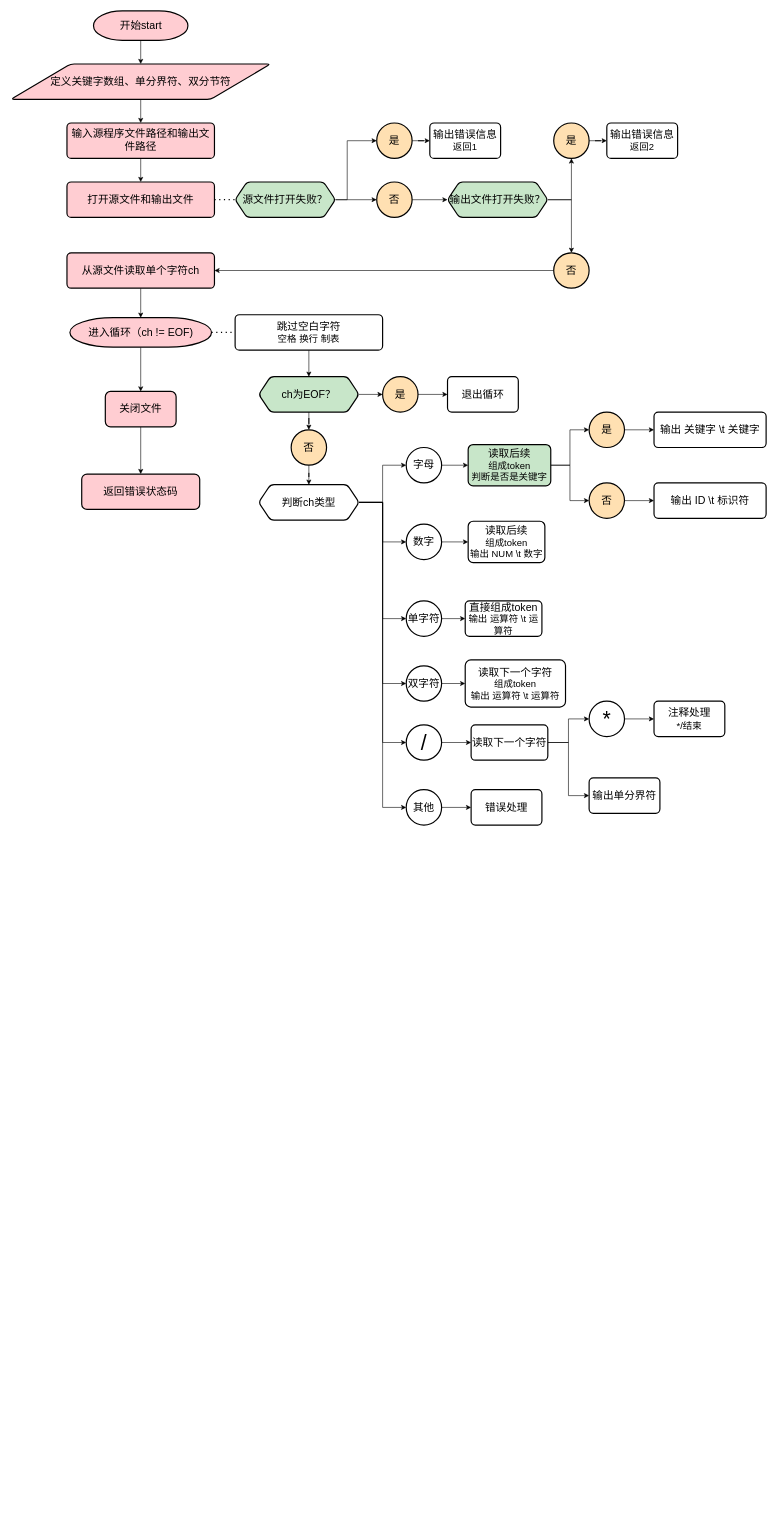
Before: 未命名绘图.drawio in zlr1227/draw.io-Transformer, a draw.io diagram. Source tidied: cells renumbered, new cells numbered last; positions are measured from the earlier drawing's top-left corner, leaving out a move shared by most shapes. Both pictures are drawn from the tidied source at 59%, with x=0, y=0 at pixel (11, 11).
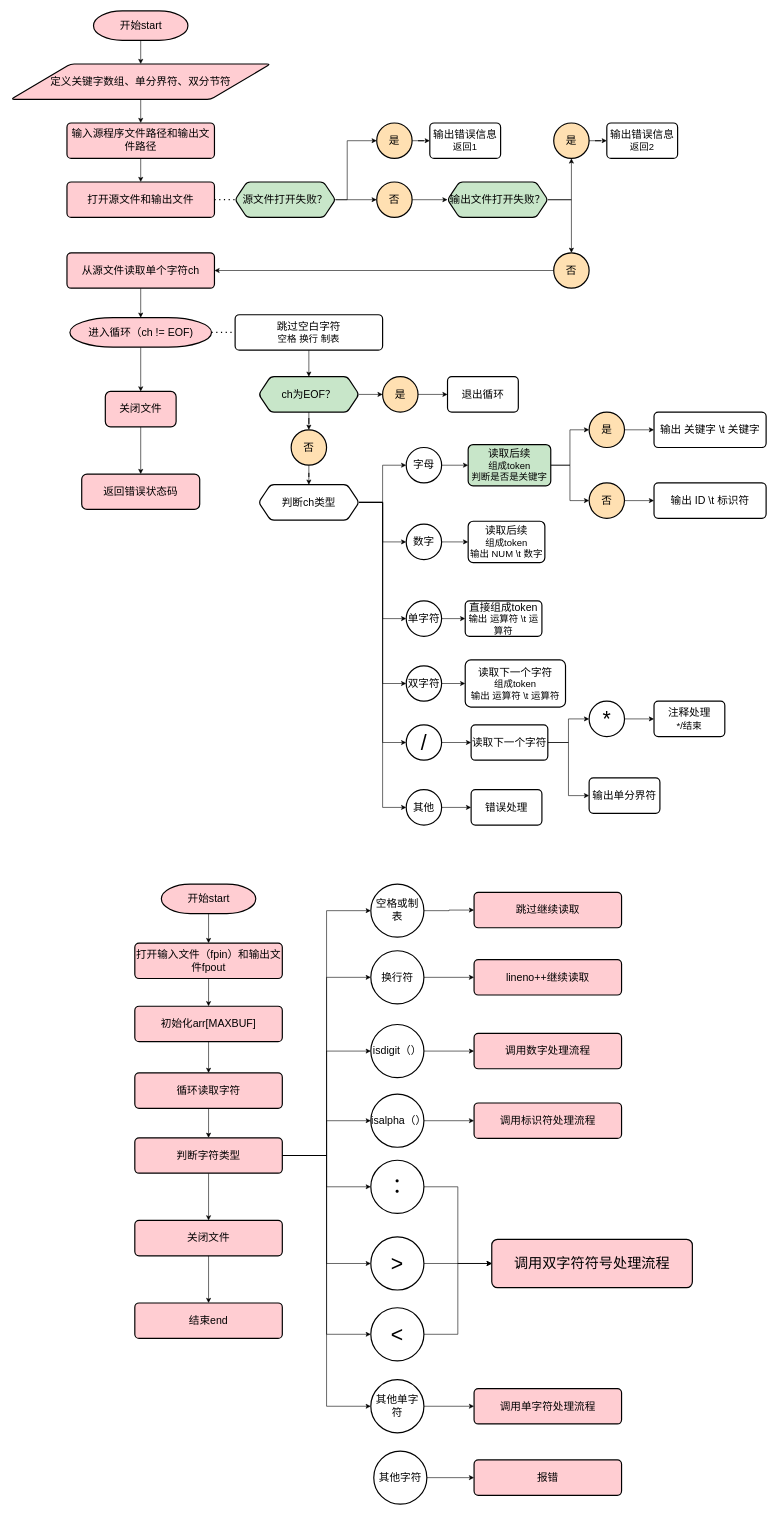
The same diagram, later.

Commit message:
更新未命名绘图.drawio

The edit, as a diff of the source:
```diff
@@
+    <mxCell id="83" style="edgeStyle=orthogonalEdgeStyle;rounded=0;jettySize=auto;html=1;" parent="1" edge="1" source="84" target="86">
+      <mxGeometry relative="1" as="geometry" />
+    </mxCell>
+    <mxCell id="84" value="&lt;font style=&quot;font-size: 18px;&quot;&gt;开始start&lt;/font&gt;" style="shape=mxgraph.flowchart.terminator;strokeWidth=2;gradientColor=none;gradientDirection=north;fontStyle=0;html=1;fillColor=#FFCDD2;" parent="1" vertex="1">
+      <mxGeometry x="255" y="1480" width="160" height="50" as="geometry" />
+    </mxCell>
+    <mxCell id="85" style="edgeStyle=orthogonalEdgeStyle;rounded=0;jettySize=auto;html=1;" parent="1" edge="1" source="86" target="88">
+      <mxGeometry relative="1" as="geometry" />
+    </mxCell>
+    <mxCell id="86" value="&lt;font style=&quot;font-size: 18px;&quot;&gt;打开输入文件（fpin）和输出文件fpout&lt;/font&gt;" style="fillColor=#FFCDD2;whiteSpace=wrap;html=1;strokeWidth=2;rounded=1;arcSize=12;" parent="1" vertex="1">
+      <mxGeometry x="210" y="1580" width="250" height="60" as="geometry" />
+    </mxCell>
+    <mxCell id="87" style="edgeStyle=orthogonalEdgeStyle;rounded=0;jettySize=auto;html=1;" parent="1" edge="1" source="88" target="90">
+      <mxGeometry relative="1" as="geometry" />
+    </mxCell>
+    <mxCell id="88" value="&lt;font style=&quot;font-size: 18px;&quot;&gt;初始化arr[MAXBUF]&lt;/font&gt;" style="fillColor=#FFCDD2;whiteSpace=wrap;html=1;strokeWidth=2;rounded=1;arcSize=12;" parent="1" vertex="1">
+      <mxGeometry x="210" y="1687" width="250" height="60" as="geometry" />
+    </mxCell>
+    <mxCell id="89" style="edgeStyle=orthogonalEdgeStyle;rounded=0;jettySize=auto;html=1;" parent="1" edge="1" source="90" target="100">
+      <mxGeometry relative="1" as="geometry" />
+    </mxCell>
+    <mxCell id="90" value="&lt;span style=&quot;font-size: 18px;&quot;&gt;循环读取字符&lt;/span&gt;" style="fillColor=#FFCDD2;whiteSpace=wrap;html=1;strokeWidth=2;rounded=1;arcSize=12;" parent="1" vertex="1">
+      <mxGeometry x="210" y="1800" width="250" height="60" as="geometry" />
+    </mxCell>
+    <mxCell id="91" style="edgeStyle=orthogonalEdgeStyle;rounded=0;jettySize=auto;html=1;exitX=1;exitY=0.5;exitDx=0;exitDy=0;entryX=0;entryY=0.5;entryDx=0;entryDy=0;" parent="1" edge="1" source="100" target="102">
+      <mxGeometry relative="1" as="geometry" />
+    </mxCell>
+    <mxCell id="92" style="edgeStyle=orthogonalEdgeStyle;rounded=0;jettySize=auto;html=1;exitX=1;exitY=0.5;exitDx=0;exitDy=0;entryX=0;entryY=0.5;entryDx=0;entryDy=0;" parent="1" edge="1" source="100" target="104">
+      <mxGeometry relative="1" as="geometry" />
+    </mxCell>
+    <mxCell id="93" style="edgeStyle=orthogonalEdgeStyle;rounded=0;jettySize=auto;html=1;exitX=1;exitY=0.5;exitDx=0;exitDy=0;entryX=0;entryY=0.5;entryDx=0;entryDy=0;" parent="1" edge="1" source="100" target="106">
+      <mxGeometry relative="1" as="geometry" />
+    </mxCell>
+    <mxCell id="94" style="edgeStyle=orthogonalEdgeStyle;rounded=0;jettySize=auto;html=1;exitX=1;exitY=0.5;exitDx=0;exitDy=0;entryX=0;entryY=0.5;entryDx=0;entryDy=0;" parent="1" edge="1" source="100" target="108">
+      <mxGeometry relative="1" as="geometry" />
+    </mxCell>
+    <mxCell id="95" style="edgeStyle=orthogonalEdgeStyle;rounded=0;jettySize=auto;html=1;exitX=1;exitY=0.5;exitDx=0;exitDy=0;entryX=0;entryY=0.5;entryDx=0;entryDy=0;" parent="1" edge="1" source="100" target="110">
+      <mxGeometry relative="1" as="geometry" />
+    </mxCell>
+    <mxCell id="96" style="edgeStyle=orthogonalEdgeStyle;rounded=0;jettySize=auto;html=1;exitX=1;exitY=0.5;exitDx=0;exitDy=0;entryX=0;entryY=0.5;entryDx=0;entryDy=0;" parent="1" edge="1" source="100" target="112">
+      <mxGeometry relative="1" as="geometry" />
+    </mxCell>
+    <mxCell id="97" style="edgeStyle=orthogonalEdgeStyle;rounded=0;jettySize=auto;html=1;exitX=1;exitY=0.5;exitDx=0;exitDy=0;entryX=0;entryY=0.5;entryDx=0;entryDy=0;" parent="1" edge="1" source="100" target="114">
+      <mxGeometry relative="1" as="geometry" />
+    </mxCell>
+    <mxCell id="98" style="edgeStyle=orthogonalEdgeStyle;rounded=0;jettySize=auto;html=1;exitX=1;exitY=0.5;exitDx=0;exitDy=0;entryX=0;entryY=0.5;entryDx=0;entryDy=0;" parent="1" edge="1" source="100" target="121">
+      <mxGeometry relative="1" as="geometry" />
+    </mxCell>
+    <mxCell id="99" style="edgeStyle=orthogonalEdgeStyle;rounded=0;jettySize=auto;html=1;" parent="1" edge="1" source="100" target="127">
+      <mxGeometry relative="1" as="geometry" />
+    </mxCell>
+    <mxCell id="100" value="&lt;span style=&quot;font-size: 18px;&quot;&gt;判断字符类型&lt;/span&gt;" style="fillColor=#FFCDD2;whiteSpace=wrap;html=1;strokeWidth=2;rounded=1;arcSize=12;" parent="1" vertex="1">
+      <mxGeometry x="210" y="1910" width="250" height="60" as="geometry" />
+    </mxCell>
+    <mxCell id="101" style="edgeStyle=orthogonalEdgeStyle;rounded=0;jettySize=auto;html=1;" parent="1" edge="1" source="102" target="115">
+      <mxGeometry relative="1" as="geometry" />
+    </mxCell>
+    <mxCell id="102" value="&lt;span style=&quot;font-size: 18px;&quot;&gt;空格或制表&lt;/span&gt;" style="ellipse;whiteSpace=wrap;html=1;strokeWidth=2;rounded=1;arcSize=12;" parent="1" vertex="1">
+      <mxGeometry x="610" y="1480" width="90" height="90" as="geometry" />
+    </mxCell>
+    <mxCell id="103" style="edgeStyle=orthogonalEdgeStyle;rounded=0;jettySize=auto;html=1;" parent="1" edge="1" source="104" target="116">
+      <mxGeometry relative="1" as="geometry" />
+    </mxCell>
+    <mxCell id="104" value="&lt;span style=&quot;font-size: 18px;&quot;&gt;换行符&lt;/span&gt;" style="ellipse;whiteSpace=wrap;html=1;strokeWidth=2;rounded=1;arcSize=12;" parent="1" vertex="1">
+      <mxGeometry x="610" y="1593" width="90" height="90" as="geometry" />
+    </mxCell>
+    <mxCell id="105" style="edgeStyle=orthogonalEdgeStyle;rounded=0;jettySize=auto;html=1;" parent="1" edge="1" source="106" target="117">
+      <mxGeometry relative="1" as="geometry" />
+    </mxCell>
+    <mxCell id="106" value="&lt;span style=&quot;font-size: 18px;&quot;&gt;isdigit（）&lt;/span&gt;" style="ellipse;whiteSpace=wrap;html=1;strokeWidth=2;rounded=1;arcSize=12;" parent="1" vertex="1">
+      <mxGeometry x="610" y="1718" width="90" height="90" as="geometry" />
+    </mxCell>
+    <mxCell id="107" style="edgeStyle=orthogonalEdgeStyle;rounded=0;jettySize=auto;html=1;" parent="1" edge="1" source="108" target="118">
+      <mxGeometry relative="1" as="geometry" />
+    </mxCell>
+    <mxCell id="108" value="&lt;span style=&quot;font-size: 18px;&quot;&gt;isalpha（）&lt;/span&gt;" style="ellipse;whiteSpace=wrap;html=1;strokeWidth=2;rounded=1;arcSize=12;" parent="1" vertex="1">
+      <mxGeometry x="610" y="1836" width="90" height="90" as="geometry" />
+    </mxCell>
+    <mxCell id="109" style="edgeStyle=orthogonalEdgeStyle;rounded=0;jettySize=auto;html=1;exitX=1;exitY=0.5;exitDx=0;exitDy=0;entryX=0;entryY=0.5;entryDx=0;entryDy=0;" parent="1" edge="1" source="110" target="119">
+      <mxGeometry relative="1" as="geometry" />
+    </mxCell>
+    <mxCell id="110" value="&lt;font style=&quot;font-size: 36px;&quot;&gt;：&lt;/font&gt;" style="ellipse;whiteSpace=wrap;html=1;strokeWidth=2;rounded=1;arcSize=12;" parent="1" vertex="1">
+      <mxGeometry x="610" y="1948" width="90" height="90" as="geometry" />
+    </mxCell>
+    <mxCell id="111" style="edgeStyle=orthogonalEdgeStyle;rounded=0;jettySize=auto;html=1;exitX=1;exitY=0.5;exitDx=0;exitDy=0;entryX=0;entryY=0.5;entryDx=0;entryDy=0;" parent="1" edge="1" source="112" target="119">
+      <mxGeometry relative="1" as="geometry" />
+    </mxCell>
+    <mxCell id="112" value="&lt;font style=&quot;font-size: 36px;&quot;&gt;&amp;gt;&lt;/font&gt;" style="ellipse;whiteSpace=wrap;html=1;strokeWidth=2;rounded=1;arcSize=12;" parent="1" vertex="1">
+      <mxGeometry x="610" y="2078" width="90" height="90" as="geometry" />
+    </mxCell>
+    <mxCell id="113" style="edgeStyle=orthogonalEdgeStyle;rounded=0;jettySize=auto;html=1;exitX=1;exitY=0.5;exitDx=0;exitDy=0;entryX=0;entryY=0.5;entryDx=0;entryDy=0;" parent="1" edge="1" source="114" target="119">
+      <mxGeometry relative="1" as="geometry" />
+    </mxCell>
+    <mxCell id="114" value="&lt;font style=&quot;font-size: 36px;&quot;&gt;&amp;lt;&lt;/font&gt;" style="ellipse;whiteSpace=wrap;html=1;strokeWidth=2;rounded=1;arcSize=12;" parent="1" vertex="1">
+      <mxGeometry x="610" y="2198" width="90" height="90" as="geometry" />
+    </mxCell>
+    <mxCell id="115" value="&lt;span style=&quot;font-size: 18px;&quot;&gt;跳过继续读取&lt;/span&gt;" style="fillColor=#FFCDD2;whiteSpace=wrap;html=1;strokeWidth=2;rounded=1;arcSize=12;" parent="1" vertex="1">
+      <mxGeometry x="785" y="1494" width="250" height="60" as="geometry" />
+    </mxCell>
+    <mxCell id="116" value="&lt;span style=&quot;font-size: 18px;&quot;&gt;lineno++继续读取&lt;/span&gt;" style="fillColor=#FFCDD2;whiteSpace=wrap;html=1;strokeWidth=2;rounded=1;arcSize=12;" parent="1" vertex="1">
+      <mxGeometry x="785" y="1608" width="250" height="60" as="geometry" />
+    </mxCell>
+    <mxCell id="117" value="&lt;span style=&quot;font-size: 18px;&quot;&gt;调用数字处理流程&lt;/span&gt;" style="fillColor=#FFCDD2;whiteSpace=wrap;html=1;strokeWidth=2;rounded=1;arcSize=12;" parent="1" vertex="1">
+      <mxGeometry x="785" y="1733" width="250" height="60" as="geometry" />
+    </mxCell>
+    <mxCell id="118" value="&lt;span style=&quot;font-size: 18px;&quot;&gt;调用标识符处理流程&lt;/span&gt;" style="fillColor=#FFCDD2;whiteSpace=wrap;html=1;strokeWidth=2;rounded=1;arcSize=12;" parent="1" vertex="1">
+      <mxGeometry x="785" y="1851" width="250" height="60" as="geometry" />
+    </mxCell>
+    <mxCell id="119" value="&lt;font style=&quot;font-size: 24px;&quot;&gt;调用双字符符号处理流程&lt;/font&gt;" style="fillColor=#FFCDD2;whiteSpace=wrap;html=1;strokeWidth=2;rounded=1;arcSize=12;" parent="1" vertex="1">
+      <mxGeometry x="815" y="2082" width="340" height="82" as="geometry" />
+    </mxCell>
+    <mxCell id="120" style="edgeStyle=orthogonalEdgeStyle;rounded=0;jettySize=auto;html=1;" parent="1" edge="1" source="121" target="122">
+      <mxGeometry relative="1" as="geometry" />
+    </mxCell>
+    <mxCell id="121" value="&lt;font style=&quot;font-size: 18px;&quot;&gt;其他单字符&lt;/font&gt;" style="ellipse;whiteSpace=wrap;html=1;strokeWidth=2;rounded=1;arcSize=12;" parent="1" vertex="1">
+      <mxGeometry x="610" y="2320" width="90" height="90" as="geometry" />
+    </mxCell>
+    <mxCell id="122" value="&lt;span style=&quot;font-size: 18px;&quot;&gt;调用单字符处理流程&lt;/span&gt;" style="fillColor=#FFCDD2;whiteSpace=wrap;html=1;strokeWidth=2;rounded=1;arcSize=12;" parent="1" vertex="1">
+      <mxGeometry x="785" y="2335" width="250" height="60" as="geometry" />
+    </mxCell>
+    <mxCell id="123" style="edgeStyle=orthogonalEdgeStyle;rounded=0;jettySize=auto;html=1;" parent="1" edge="1" source="124" target="125">
+      <mxGeometry relative="1" as="geometry" />
+    </mxCell>
+    <mxCell id="124" value="&lt;font style=&quot;font-size: 18px;&quot;&gt;其他字符&lt;/font&gt;" style="ellipse;whiteSpace=wrap;html=1;strokeWidth=2;rounded=1;arcSize=12;" parent="1" vertex="1">
+      <mxGeometry x="615" y="2441" width="90" height="90" as="geometry" />
+    </mxCell>
+    <mxCell id="125" value="&lt;span style=&quot;font-size: 18px;&quot;&gt;报错&lt;/span&gt;" style="fillColor=#FFCDD2;whiteSpace=wrap;html=1;strokeWidth=2;rounded=1;arcSize=12;" parent="1" vertex="1">
+      <mxGeometry x="785" y="2456" width="250" height="60" as="geometry" />
+    </mxCell>
+    <mxCell id="126" style="edgeStyle=orthogonalEdgeStyle;rounded=0;jettySize=auto;html=1;" parent="1" edge="1" source="127" target="128">
+      <mxGeometry relative="1" as="geometry" />
+    </mxCell>
+    <mxCell id="127" value="&lt;span style=&quot;font-size: 18px;&quot;&gt;关闭文件&lt;/span&gt;" style="fillColor=#FFCDD2;whiteSpace=wrap;html=1;strokeWidth=2;rounded=1;arcSize=12;" parent="1" vertex="1">
+      <mxGeometry x="210" y="2050" width="250" height="60" as="geometry" />
+    </mxCell>
+    <mxCell id="128" value="&lt;span style=&quot;font-size: 18px;&quot;&gt;结束end&lt;/span&gt;" style="fillColor=#FFCDD2;whiteSpace=wrap;html=1;strokeWidth=2;rounded=1;arcSize=12;" parent="1" vertex="1">
+      <mxGeometry x="210" y="2190" width="250" height="60" as="geometry" />
+    </mxCell>
```
